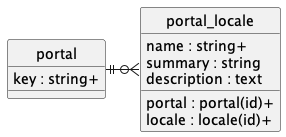
Above: doc/concepts/portal/uml.png in contactopensource/contactopensource (PlantUML), before the change. The source it was exported from:
```plantuml
@startuml uml
skinparam monochrome true
skinparam linetype ortho
hide circle

entity portal {
    key : string+
}

entity portal_locale {
    portal : portal(id)+
    locale : locale(id)+
    name : string+
    summary : string
    description : text
}

portal ||-r-o{ portal_locale

@enduml
```
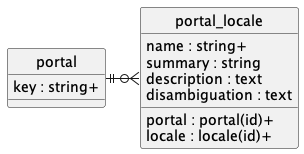
The same diagram one commit later.

Diff of the diagram source:
```diff
@@ -13,6 +13,7 @@
     name : string+
     summary : string
     description : text
+    disambiguation : text
 }
 
 portal ||-r-o{ portal_locale
```
